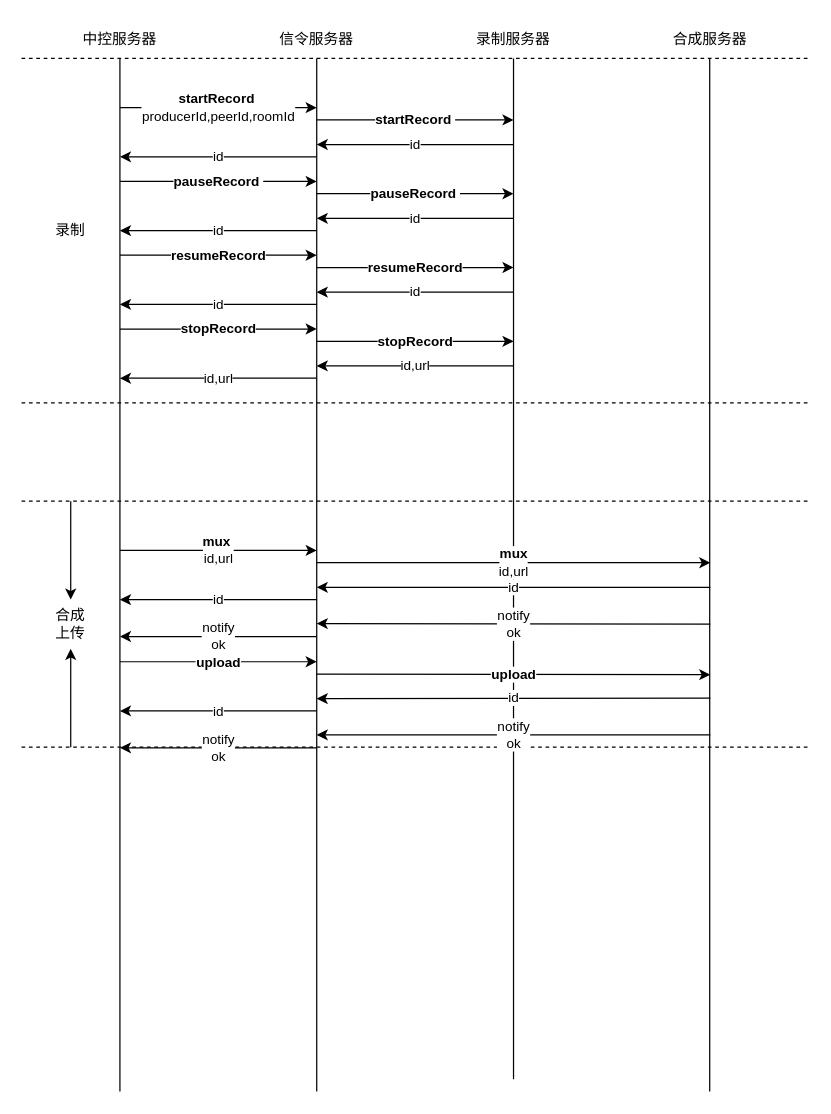
craterone/imgs keeps this draw.io diagram as page "Page-1" (1 of 2) of Diagram3.drawio. Above is the earlier version. Source tidied: cells renumbered, new cells numbered last; positions are measured from the earlier drawing's top-left corner, leaving out a move shared by most shapes. Both pictures are drawn from the tidied source at 123%, with x=0, y=0 at pixel (21, 21).
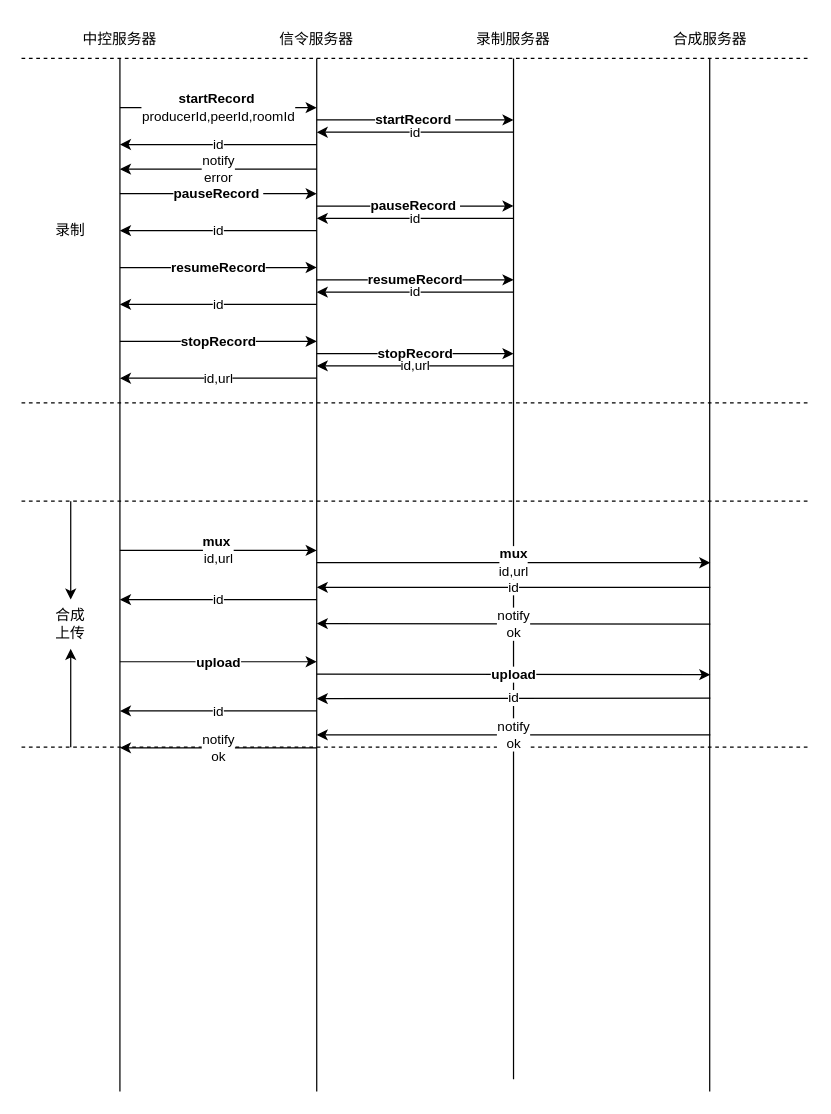
The same page after the edit.

Change to the diagram source:
```diff
@@
     <mxCell id="3" value="id" style="endArrow=none;html=1;rounded=0;startArrow=classic;startFill=1;endFill=0;" parent="1" edge="1">
       <mxGeometry relative="1" as="geometry">
-        <mxPoint x="80" y="110" as="sourcePoint" />
-        <mxPoint x="240" y="110" as="targetPoint" />
+        <mxPoint x="80" y="100" as="sourcePoint" />
+        <mxPoint x="240" y="100" as="targetPoint" />
       </mxGeometry>
     </mxCell>
@@
     <mxCell id="8" value="&lt;b&gt;resumeRecord&lt;/b&gt;" style="endArrow=classic;html=1;rounded=0;" parent="1" edge="1">
       <mxGeometry relative="1" as="geometry">
-        <mxPoint x="80" y="190" as="sourcePoint" />
-        <mxPoint x="240" y="190" as="targetPoint" />
+        <mxPoint x="80" y="200" as="sourcePoint" />
+        <mxPoint x="240" y="200" as="targetPoint" />
       </mxGeometry>
     </mxCell>
     <mxCell id="9" value="&lt;b&gt;resumeRecord&lt;/b&gt;" style="endArrow=classic;html=1;rounded=0;" parent="1" edge="1">
       <mxGeometry relative="1" as="geometry">
-        <mxPoint x="240" y="200" as="sourcePoint" />
-        <mxPoint x="400" y="200" as="targetPoint" />
+        <mxPoint x="240" y="210" as="sourcePoint" />
+        <mxPoint x="400" y="210" as="targetPoint" />
       </mxGeometry>
     </mxCell>
@@
     <mxCell id="12" value="&lt;b&gt;stopRecord&lt;/b&gt;" style="endArrow=classic;html=1;rounded=0;" parent="1" edge="1">
       <mxGeometry relative="1" as="geometry">
-        <mxPoint x="240" y="260" as="sourcePoint" />
-        <mxPoint x="400" y="260" as="targetPoint" />
+        <mxPoint x="240" y="270" as="sourcePoint" />
+        <mxPoint x="400" y="270" as="targetPoint" />
       </mxGeometry>
     </mxCell>
     <mxCell id="13" value="&lt;b&gt;stopRecord&lt;/b&gt;" style="endArrow=classic;html=1;rounded=0;" parent="1" edge="1">
       <mxGeometry relative="1" as="geometry">
-        <mxPoint x="80" y="250" as="sourcePoint" />
-        <mxPoint x="240" y="250" as="targetPoint" />
+        <mxPoint x="80" y="260" as="sourcePoint" />
+        <mxPoint x="240" y="260" as="targetPoint" />
       </mxGeometry>
     </mxCell>
@@
     <mxCell id="17" value="&lt;b&gt;pauseRecord&lt;/b&gt;&amp;nbsp;" style="endArrow=classic;html=1;rounded=0;" parent="1" edge="1">
       <mxGeometry relative="1" as="geometry">
-        <mxPoint x="80" y="130" as="sourcePoint" />
-        <mxPoint x="240" y="130" as="targetPoint" />
+        <mxPoint x="80" y="140" as="sourcePoint" />
+        <mxPoint x="240" y="140" as="targetPoint" />
       </mxGeometry>
     </mxCell>
     <mxCell id="18" value="id" style="endArrow=none;html=1;rounded=0;startArrow=classic;startFill=1;endFill=0;" parent="1" edge="1">
       <mxGeometry relative="1" as="geometry">
-        <mxPoint x="240" y="100" as="sourcePoint" />
-        <mxPoint x="400" y="100" as="targetPoint" />
+        <mxPoint x="240" y="90" as="sourcePoint" />
+        <mxPoint x="400" y="90" as="targetPoint" />
       </mxGeometry>
     </mxCell>
@@
     <mxCell id="24" value="&lt;b&gt;pauseRecord&lt;/b&gt;&amp;nbsp;" style="endArrow=classic;html=1;rounded=0;" parent="1" edge="1">
       <mxGeometry relative="1" as="geometry">
-        <mxPoint x="240" y="140" as="sourcePoint" />
-        <mxPoint x="400" y="140" as="targetPoint" />
+        <mxPoint x="240" y="150" as="sourcePoint" />
+        <mxPoint x="400" y="150" as="targetPoint" />
       </mxGeometry>
     </mxCell>
@@
-    <mxCell id="44" value="notify&lt;br&gt;ok" style="endArrow=none;html=1;rounded=0;startArrow=classic;startFill=1;endFill=0;" parent="1" edge="1">
+    <mxCell id="44" value="notify&lt;br&gt;error" style="endArrow=none;html=1;rounded=0;startArrow=classic;startFill=1;endFill=0;" parent="1" edge="1">
       <mxGeometry relative="1" as="geometry">
-        <mxPoint x="80" y="500" as="sourcePoint" />
-        <mxPoint x="240" y="500" as="targetPoint" />
+        <mxPoint x="80" y="120" as="sourcePoint" />
+        <mxPoint x="240" y="120" as="targetPoint" />
       </mxGeometry>
     </mxCell>
```
